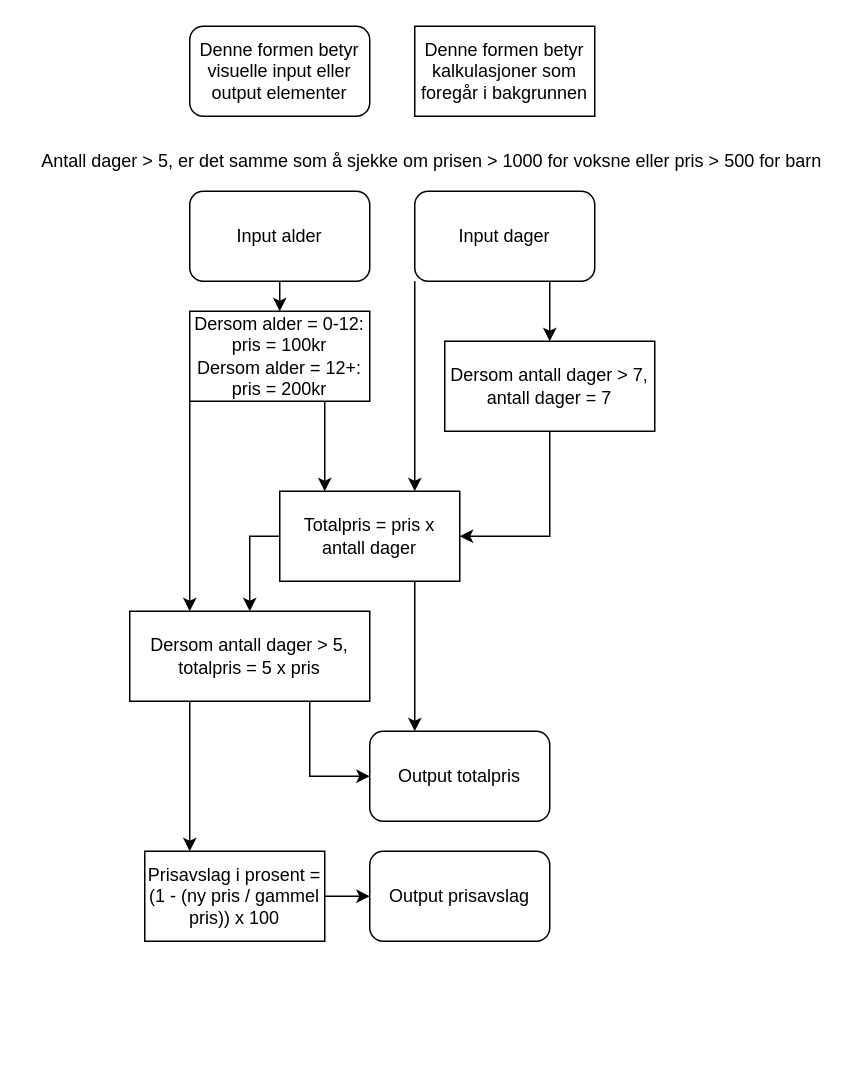
The draw.io diagram lift-pass.drawio in Artx999/snofjell, before the edit. Source tidied: cells renumbered, new cells numbered last; positions are measured from the earlier drawing's top-left corner, leaving out a move shared by most shapes. Both pictures are drawn from the tidied source at 150%, with x=0, y=0 at pixel (26, 26).
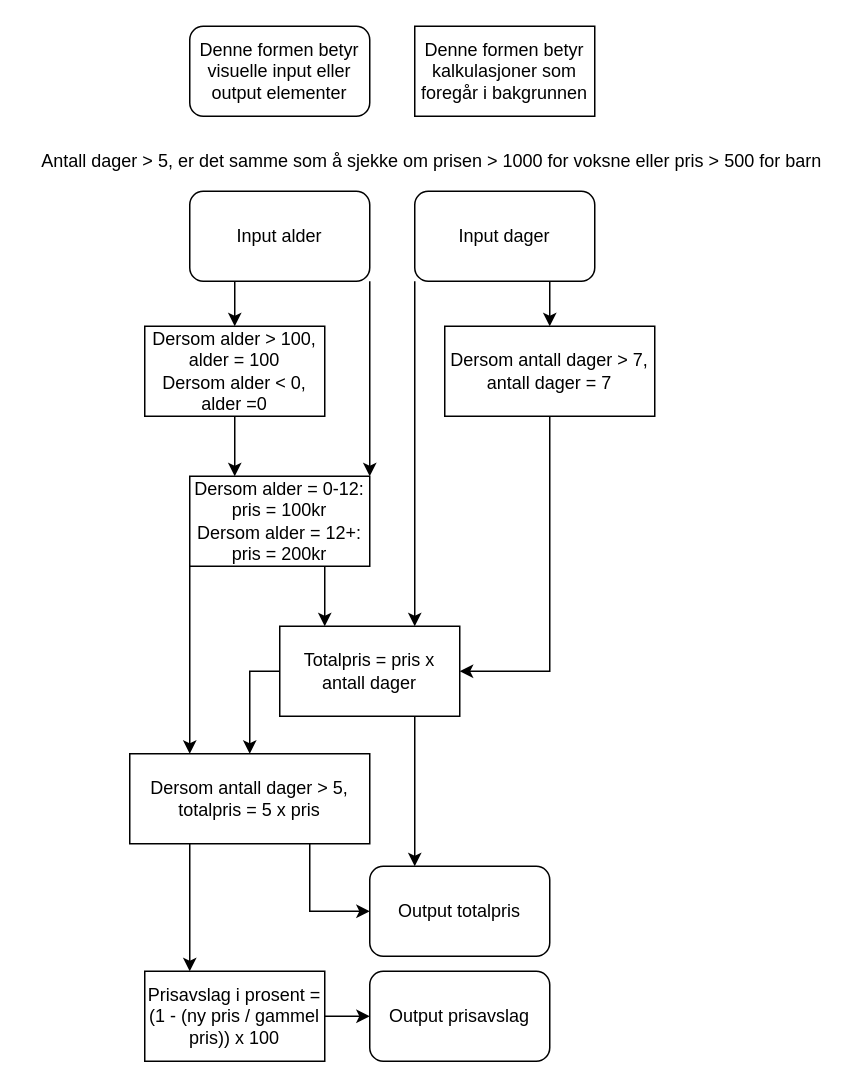
Above is the later version.

Unchanged cells that the change refers to:
```xml
<mxCell id="3" value="Input alder" style="rounded=1;whiteSpace=wrap;html=1;" parent="1" vertex="1">
  <mxGeometry x="109" y="110" width="120" height="60" as="geometry" />
</mxCell>
```

What changed in the source:
```diff
@@
-    <mxCell id="2" style="edgeStyle=orthogonalEdgeStyle;rounded=0;jettySize=auto;html=1;exitX=0.5;exitY=1;exitDx=0;exitDy=0;entryX=0.5;entryY=0;entryDx=0;entryDy=0;" parent="1" edge="1" source="3" target="12">
+    <mxCell id="2" style="edgeStyle=orthogonalEdgeStyle;rounded=0;jettySize=auto;html=1;exitX=1;exitY=1;exitDx=0;exitDy=0;entryX=1;entryY=0;entryDx=0;entryDy=0;" parent="1" edge="1" source="3" target="12">
       <mxGeometry relative="1" as="geometry" />
     </mxCell>
+    <mxCell id="25" style="edgeStyle=orthogonalEdgeStyle;rounded=0;jettySize=auto;html=1;exitX=0.25;exitY=1;exitDx=0;exitDy=0;entryX=0.5;entryY=0;entryDx=0;entryDy=0;" parent="1" edge="1" source="3" target="27">
+      <mxGeometry relative="1" as="geometry" />
+    </mxCell>
@@
     <mxCell id="9" value="Totalpris = pris x antall dager" style="rounded=0;whiteSpace=wrap;html=1;" parent="1" vertex="1">
-      <mxGeometry x="169" y="310" width="120" height="60" as="geometry" />
+      <mxGeometry x="169" y="400" width="120" height="60" as="geometry" />
     </mxCell>
@@
     <mxCell id="12" value="Dersom alder = 0-12: pris = 100kr&lt;br&gt;Dersom alder = 12+: pris = 200kr" style="rounded=0;whiteSpace=wrap;html=1;" parent="1" vertex="1">
-      <mxGeometry x="109" y="190" width="120" height="60" as="geometry" />
+      <mxGeometry x="109" y="300" width="120" height="60" as="geometry" />
     </mxCell>
@@
     <mxCell id="15" value="Output totalpris" style="rounded=1;whiteSpace=wrap;html=1;" parent="1" vertex="1">
-      <mxGeometry x="229" y="470" width="120" height="60" as="geometry" />
+      <mxGeometry x="229" y="560" width="120" height="60" as="geometry" />
     </mxCell>
@@
     <mxCell id="18" value="Dersom antall dager &amp;gt; 5, totalpris = 5 x pris" style="rounded=0;whiteSpace=wrap;html=1;" parent="1" vertex="1">
-      <mxGeometry x="69" y="390" width="160" height="60" as="geometry" />
+      <mxGeometry x="69" y="485" width="160" height="60" as="geometry" />
     </mxCell>
     <mxCell id="19" value="Output prisavslag" style="rounded=1;whiteSpace=wrap;html=1;" parent="1" vertex="1">
-      <mxGeometry x="229" y="550" width="120" height="60" as="geometry" />
+      <mxGeometry x="229" y="630" width="120" height="60" as="geometry" />
     </mxCell>
@@
     <mxCell id="22" value="Prisavslag i prosent = (1 - (ny pris / gammel pris)) x 100" style="rounded=0;whiteSpace=wrap;html=1;" parent="1" vertex="1">
-      <mxGeometry x="79" y="550" width="120" height="60" as="geometry" />
+      <mxGeometry x="79" y="630" width="120" height="60" as="geometry" />
     </mxCell>
@@
     <mxCell id="24" value="Dersom antall dager &amp;gt; 7, antall dager = 7" style="rounded=0;whiteSpace=wrap;html=1;" parent="1" vertex="1">
-      <mxGeometry x="279" y="210" width="140" height="60" as="geometry" />
+      <mxGeometry x="279" y="200" width="140" height="60" as="geometry" />
     </mxCell>
+    <mxCell id="26" style="edgeStyle=orthogonalEdgeStyle;rounded=0;jettySize=auto;html=1;exitX=0.5;exitY=1;exitDx=0;exitDy=0;entryX=0.25;entryY=0;entryDx=0;entryDy=0;" parent="1" edge="1" source="27" target="12">
+      <mxGeometry relative="1" as="geometry" />
+    </mxCell>
+    <mxCell id="27" value="Dersom alder &amp;gt; 100, alder = 100&lt;br&gt;Dersom alder &amp;lt; 0, alder =0" style="rounded=0;whiteSpace=wrap;html=1;" parent="1" vertex="1">
+      <mxGeometry x="79" y="200" width="120" height="60" as="geometry" />
+    </mxCell>
```
